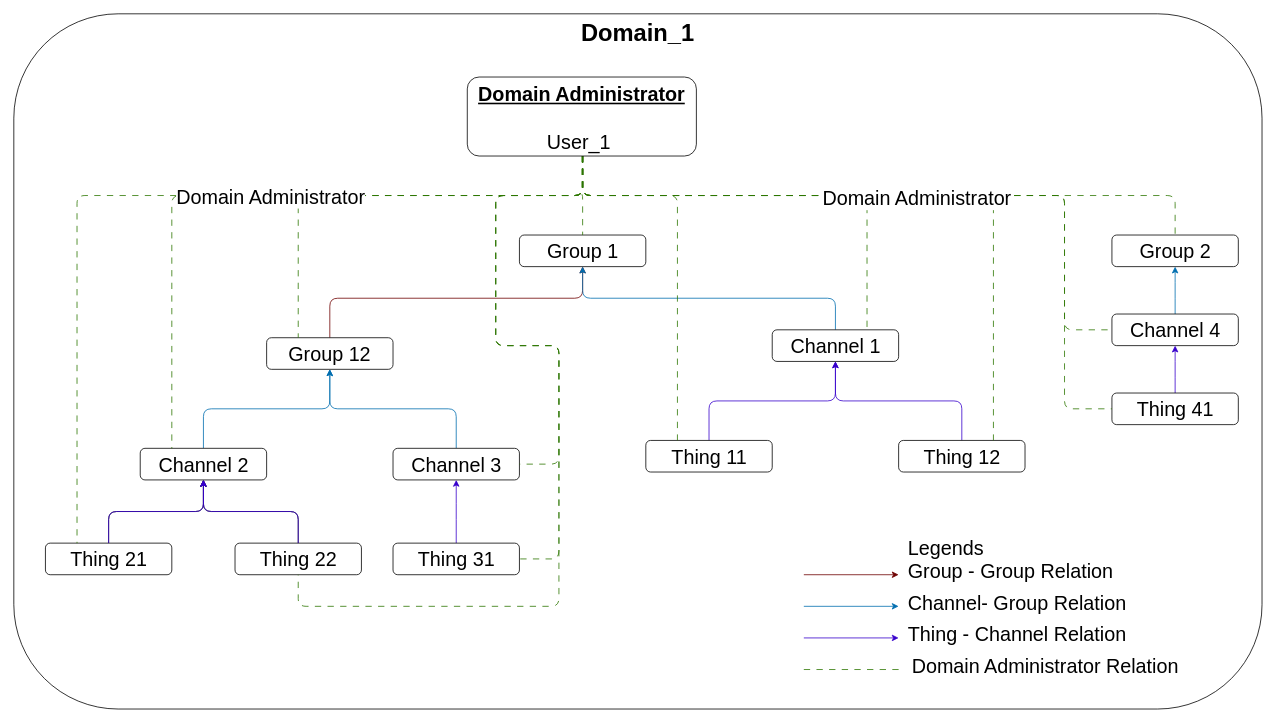
Above: docs/diagrams/domain_users_administrator.drawio in absmach/supermq-docs (draw.io), before the change. Source tidied: cells renumbered, new cells numbered last; positions are measured from the earlier drawing's top-left corner, leaving out a move shared by most shapes. Both pictures are drawn from the tidied source at 79%, with x=0, y=0 at pixel (13, 13).
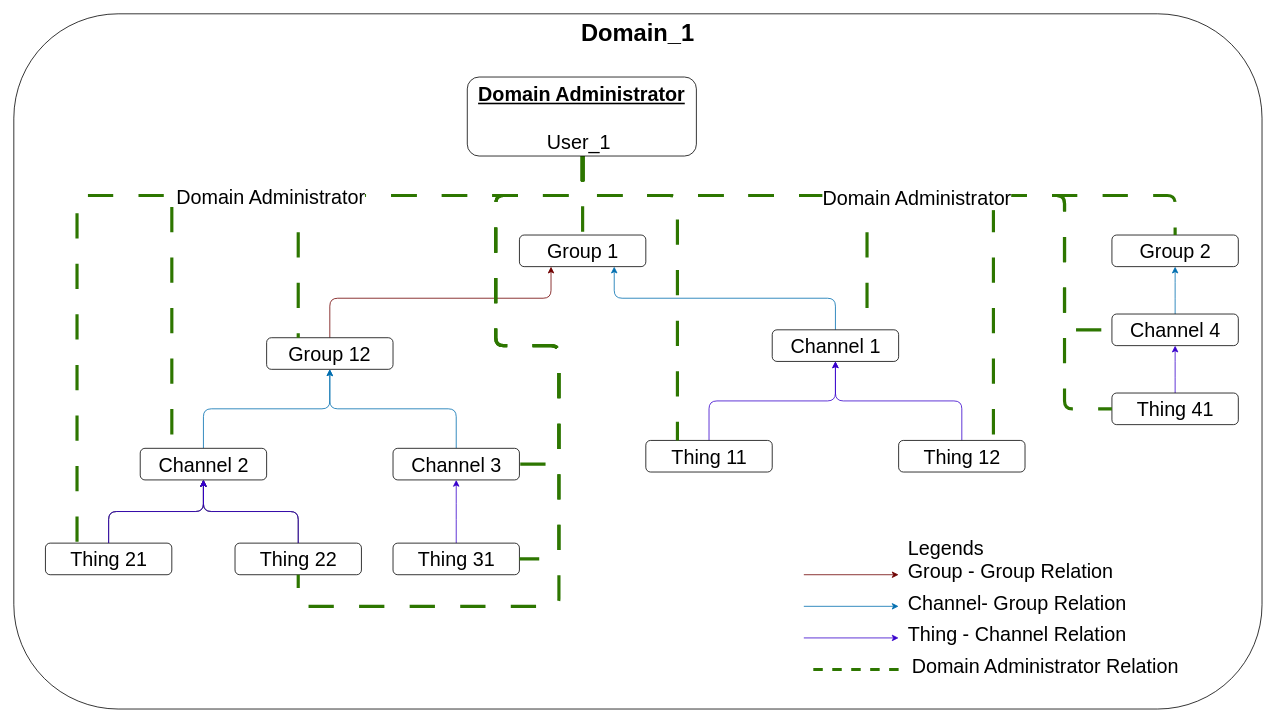
After the change.

The change refers to these unchanged cells:
```xml
<mxCell id="4" value="Group 1" style="rounded=1;html=1;fontSize=25;" parent="3" vertex="1">
  <mxGeometry x="640" y="280" width="160" height="40" as="geometry" />
</mxCell>
<mxCell id="6" value="Group 12" style="rounded=1;whiteSpace=wrap;html=1;fontSize=25;" parent="3" vertex="1">
  <mxGeometry x="320" y="410" width="160" height="40" as="geometry" />
</mxCell>
<mxCell id="8" value="Channel 2" style="rounded=1;html=1;fontSize=25;" parent="3" vertex="1">
  <mxGeometry x="160" y="550" width="160" height="40" as="geometry" />
</mxCell>
<mxCell id="10" value="Channel 3" style="rounded=1;html=1;fontSize=25;" parent="3" vertex="1">
  <mxGeometry x="480" y="550" width="160" height="40" as="geometry" />
</mxCell>
<mxCell id="12" value="Channel 1" style="rounded=1;html=1;fontSize=25;" parent="3" vertex="1">
  <mxGeometry x="960" y="400" width="160" height="40" as="geometry" />
</mxCell>
<mxCell id="14" value="Thing 11" style="rounded=1;html=1;fontSize=25;" parent="3" vertex="1">
  <mxGeometry x="800" y="540" width="160" height="40" as="geometry" />
</mxCell>
<mxCell id="16" value="Thing 12" style="rounded=1;html=1;fontSize=25;" parent="3" vertex="1">
  <mxGeometry x="1120" y="540" width="160" height="40" as="geometry" />
</mxCell>
<mxCell id="18" value="Thing 21" style="rounded=1;html=1;fontSize=25;" parent="3" vertex="1">
  <mxGeometry x="40" y="670" width="160" height="40" as="geometry" />
</mxCell>
<mxCell id="20" value="Thing 22" style="rounded=1;html=1;fontSize=25;" parent="3" vertex="1">
  <mxGeometry x="280" y="670" width="160" height="40" as="geometry" />
</mxCell>
<mxCell id="22" value="Thing 31" style="rounded=1;html=1;fontSize=25;" parent="3" vertex="1">
  <mxGeometry x="480" y="670" width="160" height="40" as="geometry" />
</mxCell>
<mxCell id="25" value="Group 2" style="rounded=1;html=1;fontSize=25;" parent="3" vertex="1">
  <mxGeometry x="1390" y="280" width="160" height="40" as="geometry" />
</mxCell>
<mxCell id="27" value="Channel 4" style="rounded=1;html=1;fontSize=25;" parent="3" vertex="1">
  <mxGeometry x="1390" y="380" width="160" height="40" as="geometry" />
</mxCell>
<mxCell id="29" value="Thing 41" style="rounded=1;html=1;fontSize=25;" parent="3" vertex="1">
  <mxGeometry x="1390" y="480" width="160" height="40" as="geometry" />
</mxCell>
<mxCell id="46" value="&lt;font style=&quot;font-size: 25px;&quot;&gt;&lt;b&gt;&lt;u&gt;Domain Administrator&lt;/u&gt;&lt;/b&gt;&lt;br&gt;&lt;br&gt;User_1&amp;nbsp;&lt;/font&gt;" style="rounded=1;whiteSpace=wrap;html=1;fontSize=20;verticalAlign=top;" parent="30" vertex="1">
  <mxGeometry x="574" y="80" width="290" height="100" as="geometry" />
</mxCell>
```

What changed in the source:
```diff
@@
-    <mxCell id="5" style="edgeStyle=elbowEdgeStyle;rounded=1;elbow=vertical;html=1;entryX=0.5;entryY=1;entryDx=0;entryDy=0;fontSize=20;fillColor=#a20025;strokeColor=#6F0000;" parent="3" edge="1" source="6" target="4">
+    <mxCell id="5" style="edgeStyle=elbowEdgeStyle;rounded=1;elbow=vertical;html=1;entryX=0.25;entryY=1;entryDx=0;entryDy=0;fontSize=20;fillColor=#a20025;strokeColor=#6F0000;" parent="3" edge="1" source="6" target="4">
       <mxGeometry relative="1" as="geometry">
         <Array as="points">
           <mxPoint x="560" y="360" />
         </Array>
       </mxGeometry>
     </mxCell>
@@
-    <mxCell id="11" style="edgeStyle=elbowEdgeStyle;rounded=1;elbow=vertical;html=1;fontSize=20;fillColor=#1ba1e2;strokeColor=#006EAF;" parent="3" edge="1" source="12">
-      <mxGeometry relative="1" as="geometry">
-        <mxPoint x="720" y="320" as="targetPoint" />
-      </mxGeometry>
+    <mxCell id="11" style="edgeStyle=elbowEdgeStyle;rounded=1;elbow=vertical;html=1;fontSize=20;fillColor=#1ba1e2;strokeColor=#006EAF;entryX=0.75;entryY=1;entryDx=0;entryDy=0;" parent="3" edge="1" source="12" target="4">
+      <mxGeometry relative="1" as="geometry" />
     </mxCell>
@@
-    <mxCell id="31" style="edgeStyle=orthogonalEdgeStyle;rounded=1;elbow=vertical;html=1;entryX=0.5;entryY=0;entryDx=0;entryDy=0;dashed=1;dashPattern=8 8;strokeColor=#2D7600;fontSize=25;startArrow=none;startFill=0;endArrow=none;endFill=0;fillColor=#60a917;" parent="30" edge="1" source="46" target="4">
+    <mxCell id="31" style="edgeStyle=orthogonalEdgeStyle;rounded=1;elbow=vertical;html=1;entryX=0.5;entryY=0;entryDx=0;entryDy=0;dashed=1;dashPattern=8 8;strokeColor=#2D7600;fontSize=25;startArrow=none;startFill=0;endArrow=none;endFill=0;fillColor=#60a917;strokeWidth=4;" parent="30" edge="1" source="46" target="4">
       <mxGeometry relative="1" as="geometry" />
     </mxCell>
-    <mxCell id="32" style="edgeStyle=orthogonalEdgeStyle;rounded=1;elbow=vertical;html=1;entryX=0.25;entryY=0;entryDx=0;entryDy=0;dashed=1;dashPattern=8 8;strokeColor=#2D7600;fontSize=25;startArrow=none;startFill=0;endArrow=none;endFill=0;fillColor=#60a917;" parent="30" edge="1" source="46" target="6">
+    <mxCell id="32" style="edgeStyle=orthogonalEdgeStyle;rounded=1;elbow=vertical;html=1;entryX=0.25;entryY=0;entryDx=0;entryDy=0;dashed=1;dashPattern=8 8;strokeColor=#2D7600;fontSize=25;startArrow=none;startFill=0;endArrow=none;endFill=0;fillColor=#60a917;strokeWidth=4;" parent="30" edge="1" source="46" target="6">
       <mxGeometry relative="1" as="geometry">
         <Array as="points">
           <mxPoint x="720" y="230" />
           <mxPoint x="360" y="230" />
         </Array>
       </mxGeometry>
     </mxCell>
-    <mxCell id="33" style="edgeStyle=orthogonalEdgeStyle;rounded=1;elbow=vertical;html=1;entryX=0.25;entryY=0;entryDx=0;entryDy=0;dashed=1;dashPattern=8 8;strokeColor=#2D7600;fontSize=25;startArrow=none;startFill=0;endArrow=none;endFill=0;fillColor=#60a917;" parent="30" edge="1" source="46" target="8">
+    <mxCell id="33" style="edgeStyle=orthogonalEdgeStyle;rounded=1;elbow=vertical;html=1;entryX=0.25;entryY=0;entryDx=0;entryDy=0;dashed=1;dashPattern=8 8;strokeColor=#2D7600;fontSize=25;startArrow=none;startFill=0;endArrow=none;endFill=0;fillColor=#60a917;strokeWidth=4;" parent="30" edge="1" source="46" target="8">
       <mxGeometry relative="1" as="geometry">
         <Array as="points">
           <mxPoint x="720" y="230" />
           <mxPoint x="200" y="230" />
         </Array>
       </mxGeometry>
     </mxCell>
-    <mxCell id="34" style="edgeStyle=orthogonalEdgeStyle;rounded=1;elbow=vertical;html=1;entryX=0.25;entryY=0;entryDx=0;entryDy=0;dashed=1;dashPattern=8 8;strokeColor=#2D7600;fontSize=25;startArrow=none;startFill=0;endArrow=none;endFill=0;fillColor=#60a917;" parent="30" edge="1" source="46" target="18">
+    <mxCell id="34" style="edgeStyle=orthogonalEdgeStyle;rounded=1;elbow=vertical;html=1;entryX=0.25;entryY=0;entryDx=0;entryDy=0;dashed=1;dashPattern=8 8;strokeColor=#2D7600;fontSize=25;startArrow=none;startFill=0;endArrow=none;endFill=0;fillColor=#60a917;strokeWidth=4;" parent="30" edge="1" source="46" target="18">
       <mxGeometry relative="1" as="geometry">
         <Array as="points">
           <mxPoint x="720" y="230" />
           <mxPoint x="80" y="230" />
         </Array>
       </mxGeometry>
     </mxCell>
@@
-    <mxCell id="36" style="edgeStyle=orthogonalEdgeStyle;rounded=1;elbow=vertical;html=1;entryX=1;entryY=0.5;entryDx=0;entryDy=0;dashed=1;dashPattern=8 8;strokeColor=#2D7600;fontSize=25;startArrow=none;startFill=0;endArrow=none;endFill=0;fillColor=#60a917;" parent="30" edge="1" source="46" target="10">
+    <mxCell id="36" style="edgeStyle=orthogonalEdgeStyle;rounded=1;elbow=vertical;html=1;entryX=1;entryY=0.5;entryDx=0;entryDy=0;dashed=1;dashPattern=8 8;strokeColor=#2D7600;fontSize=25;startArrow=none;startFill=0;endArrow=none;endFill=0;fillColor=#60a917;strokeWidth=4;" parent="30" edge="1" source="46" target="10">
       <mxGeometry relative="1" as="geometry">
         <Array as="points">
           <mxPoint x="720" y="230" />
           <mxPoint x="610" y="230" />
           <mxPoint x="610" y="420" />
           <mxPoint x="690" y="420" />
           <mxPoint x="690" y="570" />
         </Array>
       </mxGeometry>
     </mxCell>
-    <mxCell id="37" style="edgeStyle=orthogonalEdgeStyle;rounded=1;elbow=vertical;html=1;entryX=0.5;entryY=1;entryDx=0;entryDy=0;dashed=1;dashPattern=8 8;strokeColor=#2D7600;fontSize=25;startArrow=none;startFill=0;endArrow=none;endFill=0;fillColor=#60a917;" parent="30" edge="1" source="46" target="20">
+    <mxCell id="37" style="edgeStyle=orthogonalEdgeStyle;rounded=1;elbow=vertical;html=1;entryX=0.5;entryY=1;entryDx=0;entryDy=0;dashed=1;dashPattern=8 8;strokeColor=#2D7600;fontSize=25;startArrow=none;startFill=0;endArrow=none;endFill=0;fillColor=#60a917;strokeWidth=4;" parent="30" edge="1" source="46" target="20">
       <mxGeometry relative="1" as="geometry">
         <Array as="points">
           <mxPoint x="720" y="230" />
           <mxPoint x="610" y="230" />
           <mxPoint x="610" y="420" />
           <mxPoint x="690" y="420" />
           <mxPoint x="690" y="750" />
           <mxPoint x="360" y="750" />
         </Array>
       </mxGeometry>
     </mxCell>
-    <mxCell id="38" style="edgeStyle=orthogonalEdgeStyle;rounded=1;elbow=vertical;html=1;entryX=1;entryY=0.5;entryDx=0;entryDy=0;dashed=1;dashPattern=8 8;strokeColor=#2D7600;fontSize=25;startArrow=none;startFill=0;endArrow=none;endFill=0;fillColor=#60a917;" parent="30" edge="1" source="46" target="22">
+    <mxCell id="38" style="edgeStyle=orthogonalEdgeStyle;rounded=1;elbow=vertical;html=1;entryX=1;entryY=0.5;entryDx=0;entryDy=0;dashed=1;dashPattern=8 8;strokeColor=#2D7600;fontSize=25;startArrow=none;startFill=0;endArrow=none;endFill=0;fillColor=#60a917;strokeWidth=4;" parent="30" edge="1" source="46" target="22">
       <mxGeometry relative="1" as="geometry">
         <Array as="points">
           <mxPoint x="720" y="230" />
           <mxPoint x="610" y="230" />
           <mxPoint x="610" y="420" />
           <mxPoint x="690" y="420" />
           <mxPoint x="690" y="690" />
         </Array>
       </mxGeometry>
     </mxCell>
-    <mxCell id="39" style="edgeStyle=orthogonalEdgeStyle;rounded=1;elbow=vertical;html=1;entryX=0.75;entryY=0;entryDx=0;entryDy=0;dashed=1;dashPattern=8 8;strokeColor=#2D7600;fontSize=25;startArrow=none;startFill=0;endArrow=none;endFill=0;fillColor=#60a917;" parent="30" edge="1" source="46" target="16">
+    <mxCell id="39" style="edgeStyle=orthogonalEdgeStyle;rounded=1;elbow=vertical;html=1;entryX=0.75;entryY=0;entryDx=0;entryDy=0;dashed=1;dashPattern=8 8;strokeColor=#2D7600;fontSize=25;startArrow=none;startFill=0;endArrow=none;endFill=0;fillColor=#60a917;strokeWidth=4;" parent="30" edge="1" source="46" target="16">
       <mxGeometry relative="1" as="geometry">
         <Array as="points">
           <mxPoint x="720" y="230" />
           <mxPoint x="1240" y="230" />
         </Array>
       </mxGeometry>
     </mxCell>
-    <mxCell id="40" style="edgeStyle=orthogonalEdgeStyle;rounded=1;elbow=vertical;html=1;entryX=0.75;entryY=0;entryDx=0;entryDy=0;dashed=1;dashPattern=8 8;strokeColor=#2D7600;fontSize=25;startArrow=none;startFill=0;endArrow=none;endFill=0;fillColor=#60a917;" parent="30" edge="1" source="46" target="12">
+    <mxCell id="40" style="edgeStyle=orthogonalEdgeStyle;rounded=1;elbow=vertical;html=1;entryX=0.75;entryY=0;entryDx=0;entryDy=0;dashed=1;dashPattern=8 8;strokeColor=#2D7600;fontSize=25;startArrow=none;startFill=0;endArrow=none;endFill=0;fillColor=#60a917;strokeWidth=4;" parent="30" edge="1" source="46" target="12">
       <mxGeometry relative="1" as="geometry">
         <Array as="points">
           <mxPoint x="720" y="230" />
           <mxPoint x="1080" y="230" />
         </Array>
       </mxGeometry>
     </mxCell>
-    <mxCell id="41" style="edgeStyle=orthogonalEdgeStyle;rounded=1;elbow=vertical;html=1;entryX=0.25;entryY=0;entryDx=0;entryDy=0;dashed=1;dashPattern=8 8;strokeColor=#2D7600;fontSize=25;startArrow=none;startFill=0;endArrow=none;endFill=0;fillColor=#60a917;" parent="30" edge="1" source="46" target="14">
+    <mxCell id="41" style="edgeStyle=orthogonalEdgeStyle;rounded=1;elbow=vertical;html=1;entryX=0.25;entryY=0;entryDx=0;entryDy=0;dashed=1;dashPattern=8 8;strokeColor=#2D7600;fontSize=25;startArrow=none;startFill=0;endArrow=none;endFill=0;fillColor=#60a917;strokeWidth=4;" parent="30" edge="1" source="46" target="14">
       <mxGeometry relative="1" as="geometry">
         <Array as="points">
           <mxPoint x="720" y="230" />
           <mxPoint x="840" y="230" />
         </Array>
       </mxGeometry>
     </mxCell>
-    <mxCell id="42" style="edgeStyle=orthogonalEdgeStyle;rounded=1;elbow=vertical;html=1;entryX=0;entryY=0.5;entryDx=0;entryDy=0;dashed=1;dashPattern=8 8;strokeColor=#2D7600;fontSize=25;startArrow=none;startFill=0;endArrow=none;endFill=0;fillColor=#60a917;" parent="30" edge="1" source="46" target="27">
+    <mxCell id="42" style="edgeStyle=orthogonalEdgeStyle;rounded=1;elbow=vertical;html=1;entryX=0;entryY=0.5;entryDx=0;entryDy=0;dashed=1;dashPattern=8 8;strokeColor=#2D7600;fontSize=25;startArrow=none;startFill=0;endArrow=none;endFill=0;fillColor=#60a917;strokeWidth=4;" parent="30" edge="1" source="46" target="27">
       <mxGeometry relative="1" as="geometry">
         <Array as="points">
           <mxPoint x="720" y="230" />
           <mxPoint x="1330" y="230" />
           <mxPoint x="1330" y="400" />
         </Array>
       </mxGeometry>
     </mxCell>
-    <mxCell id="43" style="edgeStyle=orthogonalEdgeStyle;rounded=1;html=1;entryX=0;entryY=0.5;entryDx=0;entryDy=0;dashed=1;dashPattern=8 8;strokeColor=#2D7600;fontSize=25;startArrow=none;startFill=0;endArrow=none;endFill=0;fillColor=#60a917;" parent="30" edge="1" source="46" target="29">
+    <mxCell id="43" style="edgeStyle=orthogonalEdgeStyle;rounded=1;html=1;entryX=0;entryY=0.5;entryDx=0;entryDy=0;dashed=1;dashPattern=8 8;strokeColor=#2D7600;fontSize=25;startArrow=none;startFill=0;endArrow=none;endFill=0;fillColor=#60a917;strokeWidth=4;" parent="30" edge="1" source="46" target="29">
       <mxGeometry relative="1" as="geometry">
         <Array as="points">
           <mxPoint x="720" y="230" />
           <mxPoint x="1330" y="230" />
           <mxPoint x="1330" y="500" />
         </Array>
       </mxGeometry>
     </mxCell>
-    <mxCell id="44" style="edgeStyle=orthogonalEdgeStyle;rounded=1;html=1;strokeColor=#2D7600;fontSize=25;startArrow=none;startFill=0;endArrow=none;endFill=0;fillColor=#60a917;dashed=1;dashPattern=8 8;entryX=0.5;entryY=0;entryDx=0;entryDy=0;" parent="30" edge="1" source="46" target="25">
+    <mxCell id="44" style="edgeStyle=orthogonalEdgeStyle;rounded=1;html=1;strokeColor=#2D7600;fontSize=25;startArrow=none;startFill=0;endArrow=none;endFill=0;fillColor=#60a917;dashed=1;dashPattern=8 8;entryX=0.5;entryY=0;entryDx=0;entryDy=0;strokeWidth=4;" parent="30" edge="1" source="46" target="25">
       <mxGeometry relative="1" as="geometry">
         <Array as="points">
           <mxPoint x="720" y="230" />
           <mxPoint x="1470" y="230" />
         </Array>
       </mxGeometry>
     </mxCell>
@@
-    <mxCell id="52" style="endArrow=none;startArrow=none;html=1;rounded=1;dashed=1;dashPattern=8 8;strokeColor=#2D7600;fontSize=25;startFill=0;endFill=0;fillColor=#60a917;" parent="47" edge="1">
+    <mxCell id="52" style="endArrow=none;startArrow=none;html=1;rounded=1;dashed=1;strokeColor=#2D7600;fontSize=25;startFill=0;endFill=0;fillColor=#60a917;strokeWidth=4;" parent="47" edge="1">
       <mxGeometry relative="1" as="geometry">
         <mxPoint x="1120" y="830" as="sourcePoint" />
         <mxPoint x="1000" y="830" as="targetPoint" />
       </mxGeometry>
     </mxCell>
```
